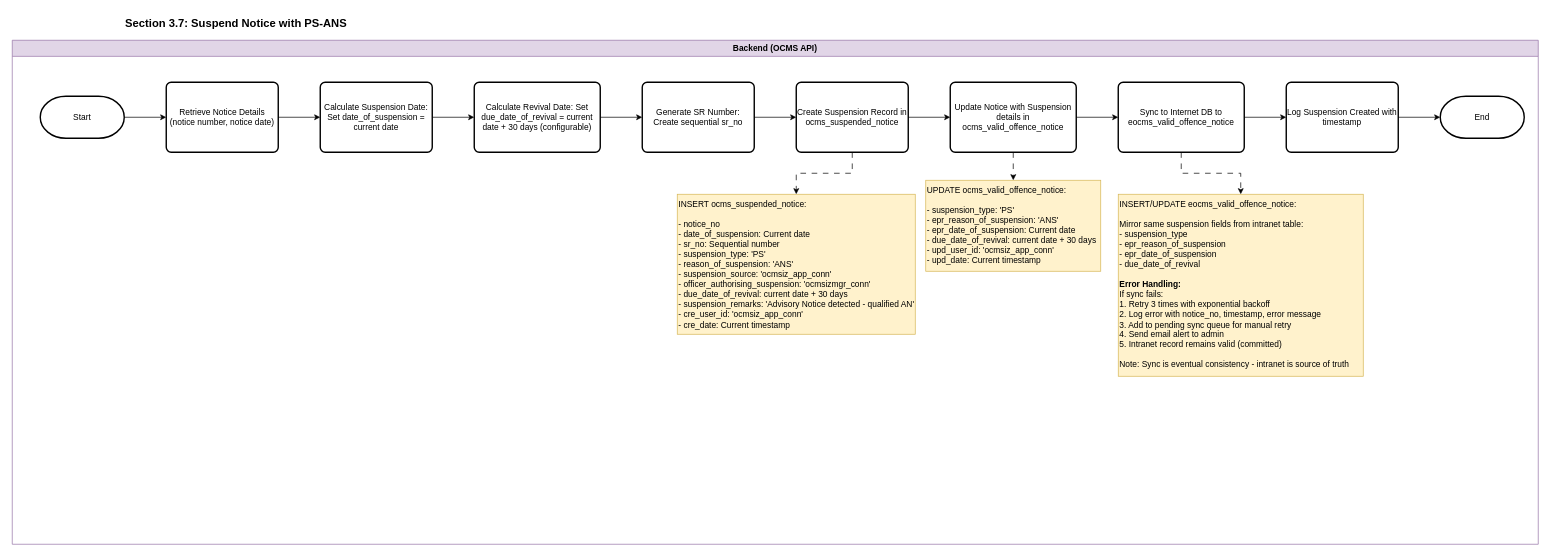
This is page "3.7_Suspend_PS_ANS" (10 of 12) of OCMS 10/OCMS10_Flowchart.drawio from rafifmgg/techdoc, a draw.io file, before an edit. Source tidied: cells renumbered, new cells numbered last; positions are measured from the earlier drawing's top-left corner, leaving out a move shared by most shapes. Both pictures are drawn from the tidied source at 70%, with x=0, y=0 at pixel (12, 12).
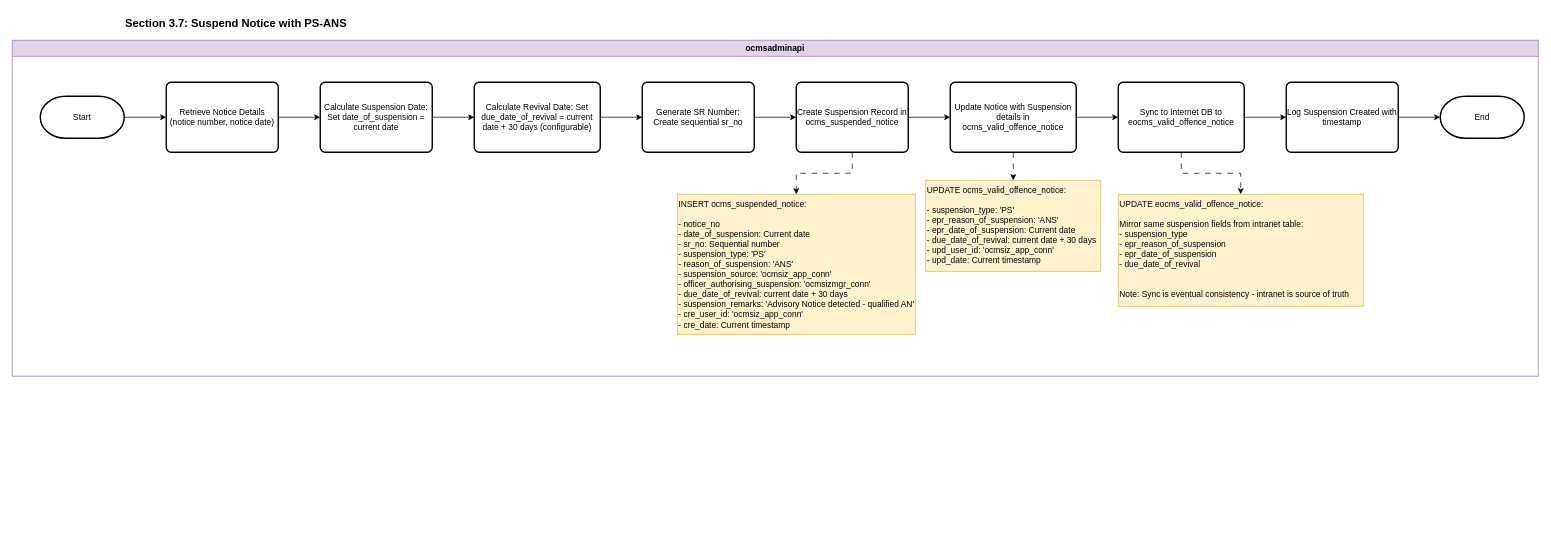
The same diagram, later.

The edit, as a diff of the source:
```diff
@@
-    <mxCell id="3" value="Backend (OCMS API)" style="swimlane;whiteSpace=wrap;html=1;fillColor=#e1d5e7;strokeColor=#9673a6;" parent="1" vertex="1">
-      <mxGeometry y="40" width="2180" height="720" as="geometry" />
+    <mxCell id="3" value="ocmsadminapi" style="swimlane;whiteSpace=wrap;html=1;fillColor=#e1d5e7;strokeColor=#9673a6;" parent="1" vertex="1">
+      <mxGeometry y="40" width="2180" height="480" as="geometry" />
     </mxCell>
@@
-    <mxCell id="16" value="INSERT/UPDATE eocms_valid_offence_notice:&lt;br&gt;&lt;br&gt;Mirror same suspension fields from intranet table:&lt;br&gt;- suspension_type&lt;br&gt;- epr_reason_of_suspension&lt;br&gt;- epr_date_of_suspension&lt;br&gt;- due_date_of_revival&lt;br&gt;&lt;br&gt;&lt;b&gt;Error Handling:&lt;/b&gt;&lt;br&gt;If sync fails:&lt;br&gt;1. Retry 3 times with exponential backoff&lt;br&gt;2. Log error with notice_no, timestamp, error message&lt;br&gt;3. Add to pending sync queue for manual retry&lt;br&gt;4. Send email alert to admin&lt;br&gt;5. Intranet record remains valid (committed)&lt;br&gt;&lt;br&gt;Note: Sync is eventual consistency - intranet is source of truth" style="text;html=1;whiteSpace=wrap;strokeColor=#d6b656;fillColor=#fff2cc;align=left;verticalAlign=top;rounded=0;" parent="3" vertex="1">
-      <mxGeometry x="1580" y="220" width="350" height="260" as="geometry" />
+    <mxCell id="16" value="UPDATE eocms_valid_offence_notice:&lt;br&gt;&lt;br&gt;Mirror same suspension fields from intranet table:&lt;br&gt;- suspension_type&lt;br&gt;- epr_reason_of_suspension&lt;br&gt;- epr_date_of_suspension&lt;br&gt;- due_date_of_revival&lt;br&gt;&lt;br&gt;&lt;br&gt;Note: Sync is eventual consistency - intranet is source of truth" style="text;html=1;whiteSpace=wrap;strokeColor=#d6b656;fillColor=#fff2cc;align=left;verticalAlign=top;rounded=0;" parent="3" vertex="1">
+      <mxGeometry x="1580" y="220" width="350" height="160" as="geometry" />
     </mxCell>
```
